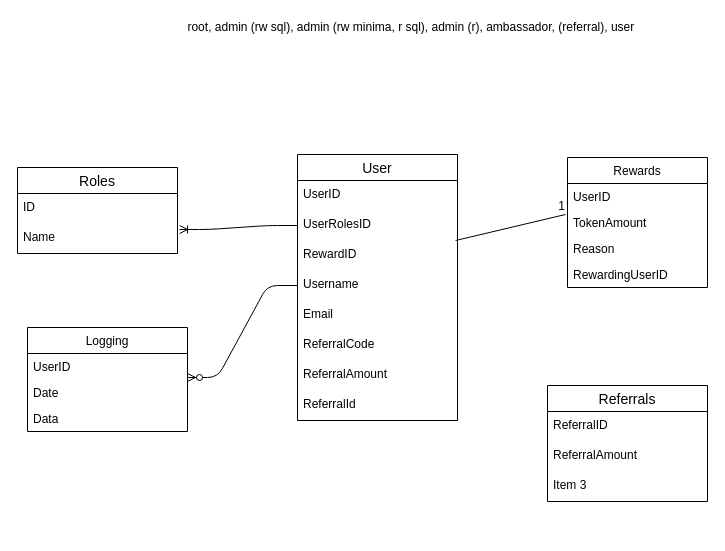
minima-global/incentivecash keeps this draw.io diagram as docs/images/dbase.drawio. Above is the earlier version. Source tidied: cells renumbered, new cells numbered last; positions are measured from the earlier drawing's top-left corner, leaving out a move shared by most shapes. Both pictures are drawn from the tidied source at 100%, with x=0, y=0 at pixel (17, 17).
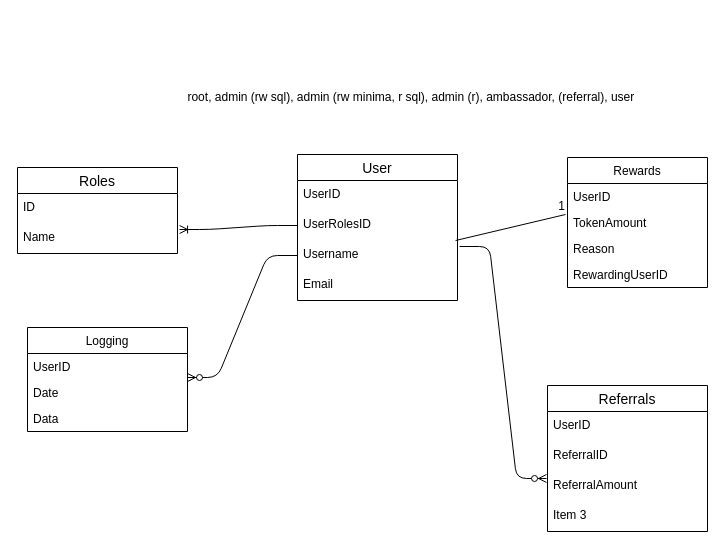
After the change.

The change refers to these unchanged cells:
```xml
<mxCell id="16" value="TokenAmount" style="text;strokeColor=none;fillColor=none;align=left;verticalAlign=top;spacingLeft=4;spacingRight=4;overflow=hidden;points=[[0,0.5],[1,0.5]];portConstraint=eastwest;" parent="14" vertex="1">
  <mxGeometry y="52" width="140" height="26" as="geometry" />
</mxCell>
```

What changed in the source:
```diff
@@
     <mxCell id="2" value="User" style="swimlane;fontStyle=0;horizontal=1;startSize=26;align=center;fontSize=14;" parent="1" vertex="1">
-      <mxGeometry x="280" y="137" width="160" height="266" as="geometry" />
+      <mxGeometry x="280" y="137" width="160" height="146" as="geometry" />
     </mxCell>
@@
-    <mxCell id="5" value="RewardID" style="text;strokeColor=none;fillColor=none;spacingLeft=4;spacingRight=4;overflow=hidden;points=[[0,0.5],[1,0.5]];portConstraint=eastwest;fontSize=12;" parent="2" vertex="1">
-      <mxGeometry y="86" width="160" height="30" as="geometry" />
-    </mxCell>
     <mxCell id="6" value="Username" style="text;strokeColor=none;fillColor=none;spacingLeft=4;spacingRight=4;overflow=hidden;points=[[0,0.5],[1,0.5]];portConstraint=eastwest;fontSize=12;" parent="2" vertex="1">
-      <mxGeometry y="116" width="160" height="30" as="geometry" />
+      <mxGeometry y="86" width="160" height="30" as="geometry" />
     </mxCell>
     <mxCell id="7" value="Email" style="text;strokeColor=none;fillColor=none;spacingLeft=4;spacingRight=4;overflow=hidden;fontSize=12;" parent="2" vertex="1">
-      <mxGeometry y="146" width="160" height="30" as="geometry" />
+      <mxGeometry y="116" width="160" height="30" as="geometry" />
     </mxCell>
-    <mxCell id="8" value="ReferralCode" style="text;strokeColor=none;fillColor=none;spacingLeft=4;spacingRight=4;overflow=hidden;fontSize=12;" parent="2" vertex="1">
-      <mxGeometry y="176" width="160" height="30" as="geometry" />
-    </mxCell>
-    <mxCell id="9" value="ReferralAmount" style="text;strokeColor=none;fillColor=none;spacingLeft=4;spacingRight=4;overflow=hidden;fontSize=12;" parent="2" vertex="1">
-      <mxGeometry y="206" width="160" height="30" as="geometry" />
-    </mxCell>
-    <mxCell id="10" value="ReferralId" style="text;strokeColor=none;fillColor=none;spacingLeft=4;spacingRight=4;overflow=hidden;fontSize=12;" parent="2" vertex="1">
-      <mxGeometry y="236" width="160" height="30" as="geometry" />
-    </mxCell>
@@
-    <mxCell id="25" style="endArrow=none;html=1;rounded=0;entryX=-0.014;entryY=0.192;entryDx=0;entryDy=0;entryPerimeter=0;exitX=0.988;exitY=0;exitDx=0;exitDy=0;exitPerimeter=0;" parent="1" edge="1" source="5" target="16">
-      <mxGeometry relative="1" as="geometry" />
+    <mxCell id="25" style="endArrow=none;html=1;rounded=0;entryX=-0.014;entryY=0.192;entryDx=0;entryDy=0;entryPerimeter=0;exitX=0.988;exitY=0;exitDx=0;exitDy=0;exitPerimeter=0;" parent="1" edge="1" target="16">
+      <mxGeometry relative="1" as="geometry">
+        <mxPoint x="438.1" y="223" as="sourcePoint" />
+      </mxGeometry>
     </mxCell>
@@
     <mxCell id="27" value="root, admin (rw sql), admin (rw minima, r sql), admin (r), ambassador, (referral), user&amp;nbsp;" style="text;html=1;align=center;verticalAlign=middle;" parent="1" vertex="1">
-      <mxGeometry x="160" width="470" height="20" as="geometry" />
+      <mxGeometry x="160" y="70" width="470" height="20" as="geometry" />
     </mxCell>
     <mxCell id="28" value="Referrals" style="swimlane;fontStyle=0;horizontal=1;startSize=26;align=center;fontSize=14;" parent="1" vertex="1">
-      <mxGeometry x="530" y="368" width="160" height="116" as="geometry" />
+      <mxGeometry x="530" y="368" width="160" height="146" as="geometry" />
     </mxCell>
-    <mxCell id="29" value="ReferralID" style="text;strokeColor=none;fillColor=none;spacingLeft=4;spacingRight=4;overflow=hidden;fontSize=12;" parent="28" vertex="1">
+    <mxCell id="29" value="UserID" style="text;strokeColor=none;fillColor=none;spacingLeft=4;spacingRight=4;overflow=hidden;fontSize=12;" parent="28" vertex="1">
       <mxGeometry y="26" width="160" height="30" as="geometry" />
     </mxCell>
+    <mxCell id="32" value="ReferralID" style="text;strokeColor=none;fillColor=none;spacingLeft=4;spacingRight=4;overflow=hidden;fontSize=12;" parent="28" vertex="1">
+      <mxGeometry y="56" width="160" height="30" as="geometry" />
+    </mxCell>
     <mxCell id="30" value="ReferralAmount" style="text;strokeColor=none;fillColor=none;spacingLeft=4;spacingRight=4;overflow=hidden;points=[[0,0.5],[1,0.5]];portConstraint=eastwest;fontSize=12;" parent="28" vertex="1">
-      <mxGeometry y="56" width="160" height="30" as="geometry" />
+      <mxGeometry y="86" width="160" height="30" as="geometry" />
     </mxCell>
     <mxCell id="31" value="Item 3" style="text;strokeColor=none;fillColor=none;spacingLeft=4;spacingRight=4;overflow=hidden;fontSize=12;" parent="28" vertex="1">
-      <mxGeometry y="86" width="160" height="30" as="geometry" />
+      <mxGeometry y="116" width="160" height="30" as="geometry" />
     </mxCell>
+    <mxCell id="33" style="edgeStyle=entityRelationEdgeStyle;fontSize=12;html=1;endArrow=ERzeroToMany;endFill=1;entryX=-0.006;entryY=0.233;entryDx=0;entryDy=0;entryPerimeter=0;" parent="1" edge="1" target="30">
+      <mxGeometry relative="1" as="geometry">
+        <mxPoint x="442" y="229" as="sourcePoint" />
+      </mxGeometry>
+    </mxCell>
```
